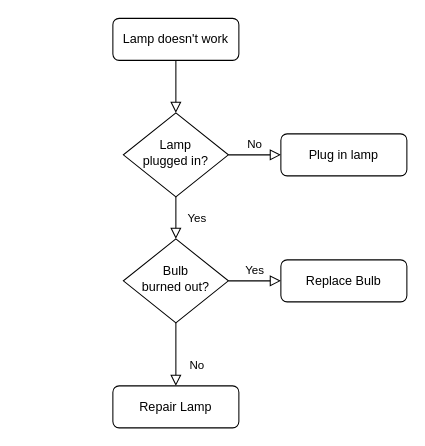
brainsz/Algorithms keeps this draw.io diagram as basicAlgorithms/Untitled Diagram.drawio. Above is the earlier version. Source tidied: cells renumbered, new cells numbered last; positions are measured from the earlier drawing's top-left corner, leaving out a move shared by most shapes. Both pictures are drawn from the tidied source at 105%, with x=0, y=0 at pixel (112, 18).
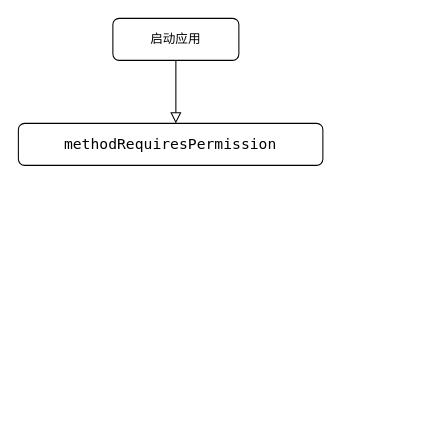
The same page after the edit.

Commit message:
SDK初始化流程

The edit, as a diff of the source:
```diff
@@
 <mxGraphModel>
   <root>
     <mxCell id="0" />
     <mxCell id="1" parent="0" />
-    <mxCell id="2" style="rounded=0;html=1;jettySize=auto;fontSize=11;endArrow=block;endFill=0;endSize=8;strokeWidth=1;shadow=0;labelBackgroundColor=none;edgeStyle=orthogonalEdgeStyle;" parent="1" edge="1" source="3" target="6">
-      <mxGeometry relative="1" as="geometry" />
+    <mxCell id="2" style="rounded=0;html=1;jettySize=auto;fontSize=11;endArrow=block;endFill=0;endSize=8;strokeWidth=1;shadow=0;labelBackgroundColor=none;edgeStyle=orthogonalEdgeStyle;" parent="1" edge="1" source="3">
+      <mxGeometry relative="1" as="geometry">
+        <mxPoint x="60" y="100" as="targetPoint" />
+        <Array as="points">
+          <mxPoint x="60" y="90" />
+        </Array>
+      </mxGeometry>
     </mxCell>
-    <mxCell id="3" value="Lamp doesn't work" style="rounded=1;whiteSpace=wrap;html=1;fontSize=12;glass=0;strokeWidth=1;shadow=0;" parent="1" vertex="1">
+    <mxCell id="3" value="启动应用" style="rounded=1;whiteSpace=wrap;html=1;fontSize=12;glass=0;strokeWidth=1;shadow=0;" parent="1" vertex="1">
       <mxGeometry width="120" height="40" as="geometry" />
     </mxCell>
-    <mxCell id="4" value="Yes" style="rounded=0;html=1;jettySize=auto;fontSize=11;endArrow=block;endFill=0;endSize=8;strokeWidth=1;shadow=0;labelBackgroundColor=none;edgeStyle=orthogonalEdgeStyle;" parent="1" edge="1" source="6" target="10">
-      <mxGeometry y="20" relative="1" as="geometry" />
-    </mxCell>
-    <mxCell id="5" value="No" style="edgeStyle=orthogonalEdgeStyle;rounded=0;html=1;jettySize=auto;fontSize=11;endArrow=block;endFill=0;endSize=8;strokeWidth=1;shadow=0;labelBackgroundColor=none;" parent="1" edge="1" source="6" target="7">
-      <mxGeometry y="10" relative="1" as="geometry" />
-    </mxCell>
-    <mxCell id="6" value="Lamp&lt;br&gt;plugged in?" style="rhombus;whiteSpace=wrap;html=1;shadow=0;fontFamily=Helvetica;fontSize=12;align=center;strokeWidth=1;spacing=6;spacingTop=-4;" parent="1" vertex="1">
-      <mxGeometry x="10" y="90" width="100" height="80" as="geometry" />
-    </mxCell>
-    <mxCell id="7" value="Plug in lamp" style="rounded=1;whiteSpace=wrap;html=1;fontSize=12;glass=0;strokeWidth=1;shadow=0;" parent="1" vertex="1">
-      <mxGeometry x="160" y="110" width="120" height="40" as="geometry" />
-    </mxCell>
-    <mxCell id="8" value="No" style="rounded=0;html=1;jettySize=auto;fontSize=11;endArrow=block;endFill=0;endSize=8;strokeWidth=1;shadow=0;labelBackgroundColor=none;edgeStyle=orthogonalEdgeStyle;" parent="1" edge="1" source="10" target="11">
-      <mxGeometry x="0.33" y="20" relative="1" as="geometry" />
-    </mxCell>
-    <mxCell id="9" value="Yes" style="edgeStyle=orthogonalEdgeStyle;rounded=0;html=1;jettySize=auto;fontSize=11;endArrow=block;endFill=0;endSize=8;strokeWidth=1;shadow=0;labelBackgroundColor=none;" parent="1" edge="1" source="10" target="12">
-      <mxGeometry y="10" relative="1" as="geometry" />
-    </mxCell>
-    <mxCell id="10" value="Bulb&lt;br&gt;burned out?" style="rhombus;whiteSpace=wrap;html=1;shadow=0;fontFamily=Helvetica;fontSize=12;align=center;strokeWidth=1;spacing=6;spacingTop=-4;" parent="1" vertex="1">
-      <mxGeometry x="10" y="210" width="100" height="80" as="geometry" />
-    </mxCell>
-    <mxCell id="11" value="Repair Lamp" style="rounded=1;whiteSpace=wrap;html=1;fontSize=12;glass=0;strokeWidth=1;shadow=0;" parent="1" vertex="1">
-      <mxGeometry y="350" width="120" height="40" as="geometry" />
-    </mxCell>
-    <mxCell id="12" value="Replace Bulb" style="rounded=1;whiteSpace=wrap;html=1;fontSize=12;glass=0;strokeWidth=1;shadow=0;" parent="1" vertex="1">
-      <mxGeometry x="160" y="230" width="120" height="40" as="geometry" />
-    </mxCell>
+    <mxCell id="13" value="&lt;pre style=&quot;font-family: &amp;#34;menlo&amp;#34; , monospace ; font-size: 10.5pt&quot;&gt;&lt;span style=&quot;background-color: rgb(255 , 255 , 255)&quot;&gt;methodRequiresPermission&lt;/span&gt;&lt;/pre&gt;" style="rounded=1;whiteSpace=wrap;html=1;fontSize=12;glass=0;strokeWidth=1;shadow=0;" parent="1" vertex="1">
+      <mxGeometry x="-90" y="100" width="290" height="40" as="geometry" />
+    </mxCell>
   </root>
 </mxGraphModel>
```
